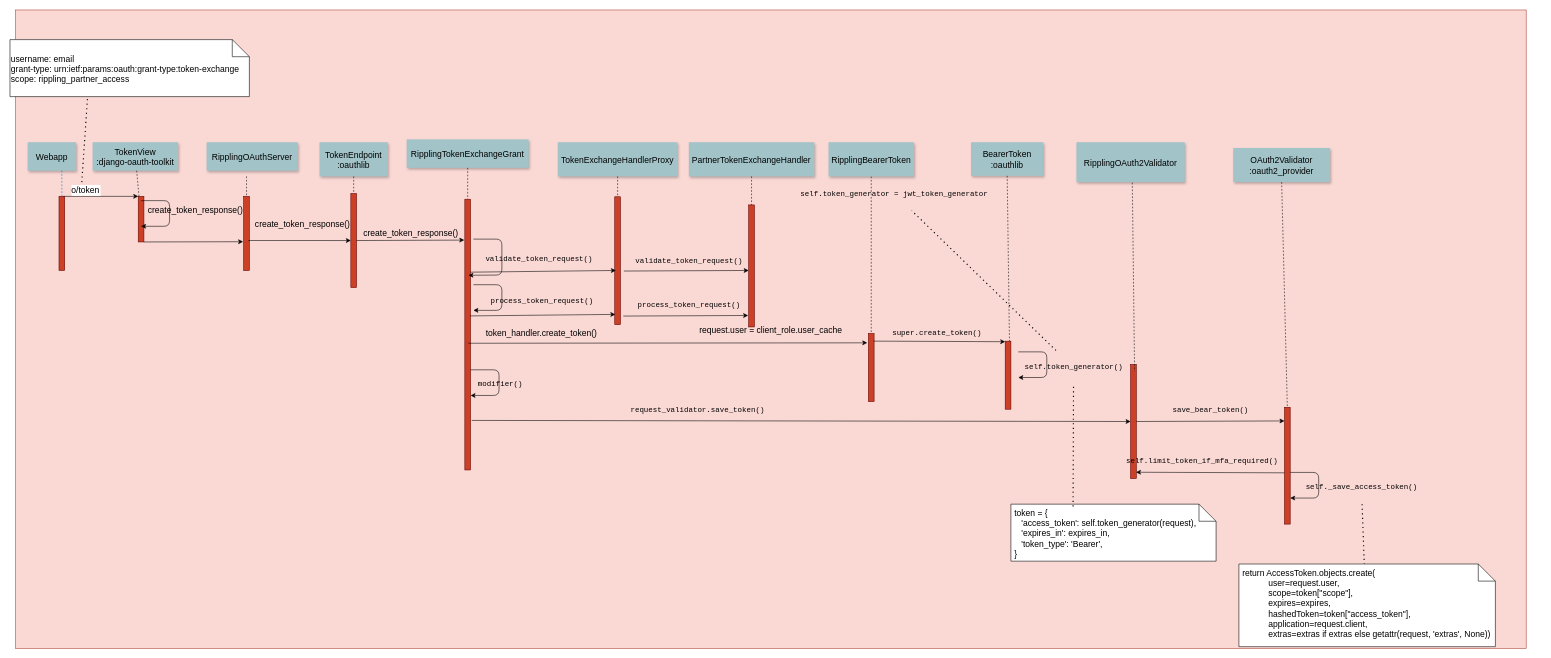
Above: Untitled Diagram.drawio in cxsun123/Spika-Android (draw.io), before the change. Source tidied: cells renumbered, new cells numbered last; positions are measured from the earlier drawing's top-left corner, leaving out a move shared by most shapes. Both pictures are drawn from the tidied source at 57%, with x=0, y=0 at pixel (10, 10).
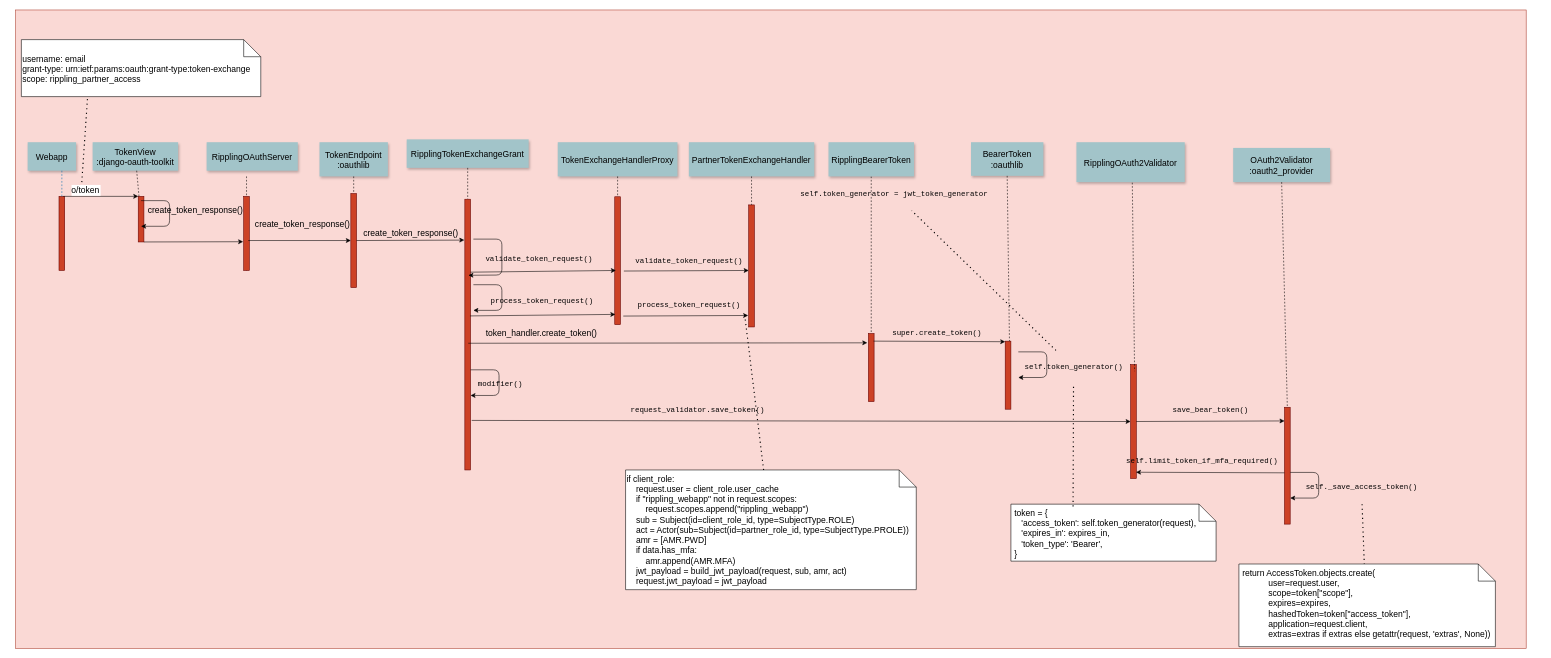
After the change.

The change refers to these unchanged cells:
```xml
<mxCell id="44" value="&lt;div style=&quot;&quot;&gt;&lt;pre style=&quot;font-family: &amp;quot;JetBrains Mono&amp;quot;, monospace; font-size: 9.8pt;&quot;&gt;process_token_request()&lt;/pre&gt;&lt;/div&gt;" style="text;html=1;align=center;verticalAlign=middle;points=[];strokeColor=none;fillColor=none;" parent="1" vertex="1">
  <mxGeometry x="1091" y="487" width="200" height="60" as="geometry" />
</mxCell>
```

Diff of the diagram source:
```diff
@@
-    <mxCell id="2" value="request.user = client_role.user_cache" style="fillColor=#fad9d5;strokeColor=#ae4132;fontSize=15;" parent="1" vertex="1">
+    <mxCell id="2" style="fillColor=#fad9d5;strokeColor=#ae4132;fontSize=15;" parent="1" vertex="1">
       <mxGeometry x="10" width="2650" height="1120" as="geometry" />
     </mxCell>
@@
     <mxCell id="26" value="&#10;username: email&#10;grant-type: urn:ietf:params:oauth:grant-type:token-exchange&#10;scope: rippling_partner_access" style="shape=note;align=left;fontSize=15;verticalAlign=top;" parent="1" vertex="1">
-      <mxGeometry y="52" width="420" height="100" as="geometry" />
+      <mxGeometry x="20" y="52" width="420" height="100" as="geometry" />
     </mxCell>
@@
+    <mxCell id="81" value="if client_role:&#10;    request.user = client_role.user_cache&#10;    if &quot;rippling_webapp&quot; not in request.scopes:&#10;        request.scopes.append(&quot;rippling_webapp&quot;)&#10;    sub = Subject(id=client_role_id, type=SubjectType.ROLE)&#10;    act = Actor(sub=Subject(id=partner_role_id, type=SubjectType.PROLE))&#10;    amr = [AMR.PWD]&#10;    if data.has_mfa:&#10;        amr.append(AMR.MFA)&#10;    jwt_payload = build_jwt_payload(request, sub, amr, act)&#10;    request.jwt_payload = jwt_payload&#10;" style="shape=note;align=left;fontSize=15;verticalAlign=top;" parent="1" vertex="1">
+      <mxGeometry x="1080" y="807" width="510" height="210" as="geometry" />
+    </mxCell>
+    <mxCell id="82" style="endArrow=none;dashed=1;html=1;dashPattern=1 3;strokeWidth=2;rounded=0;entryX=0.99;entryY=0.8;entryDx=0;entryDy=0;entryPerimeter=0;" parent="1" edge="1" source="81" target="44">
+      <mxGeometry relative="1" as="geometry" />
+    </mxCell>
```
